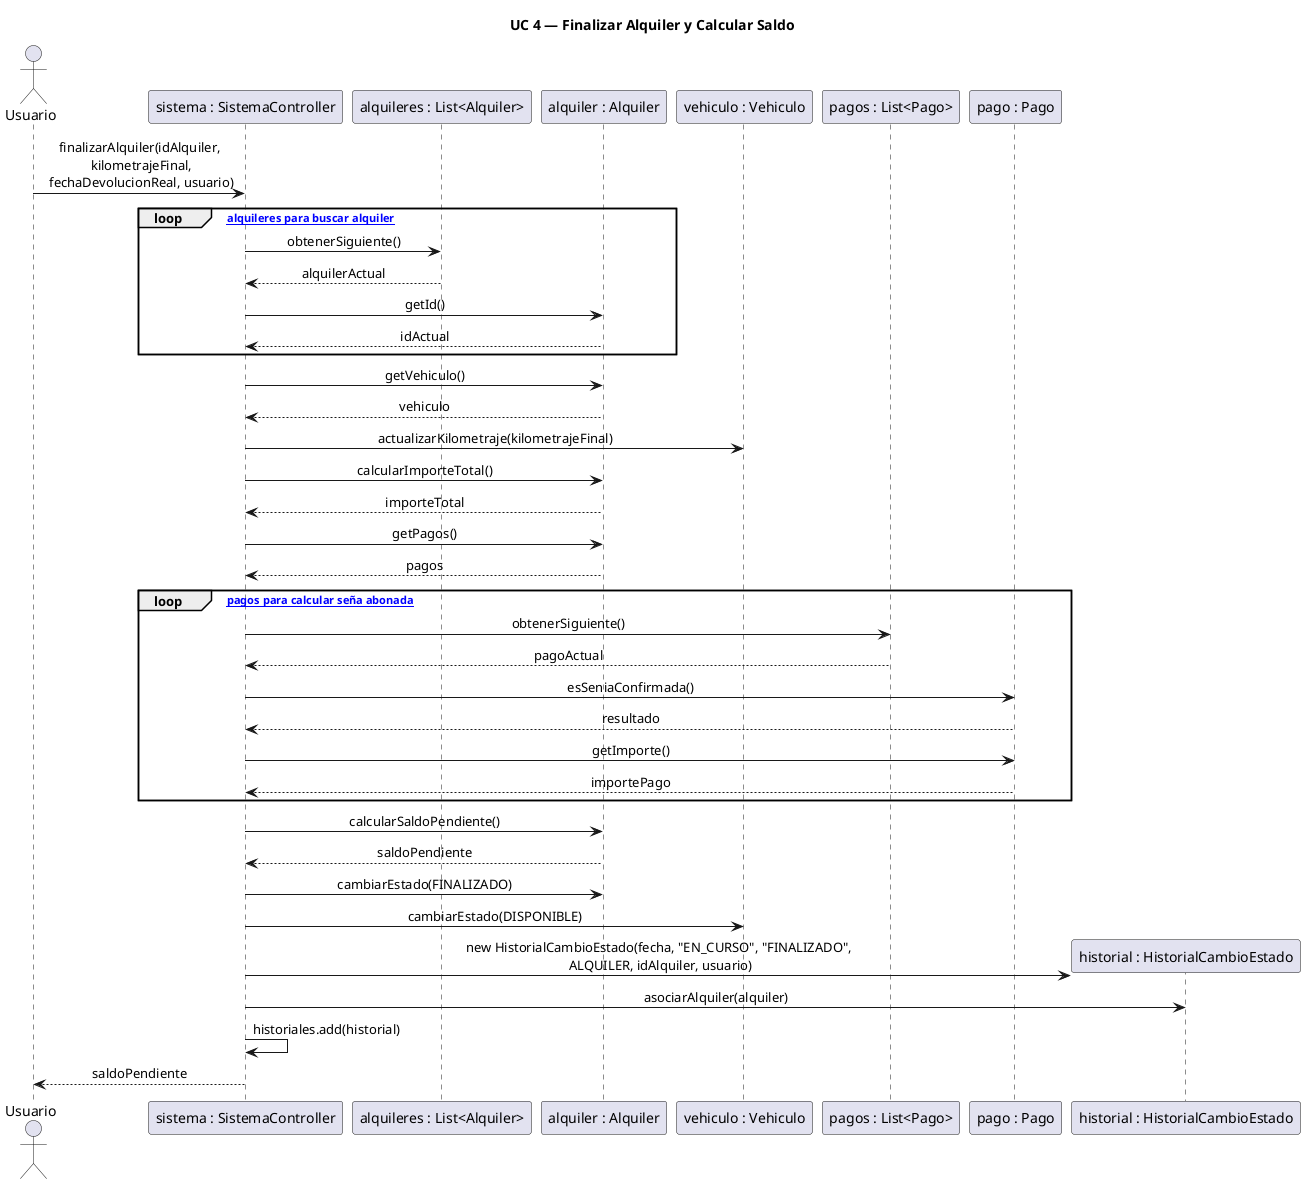
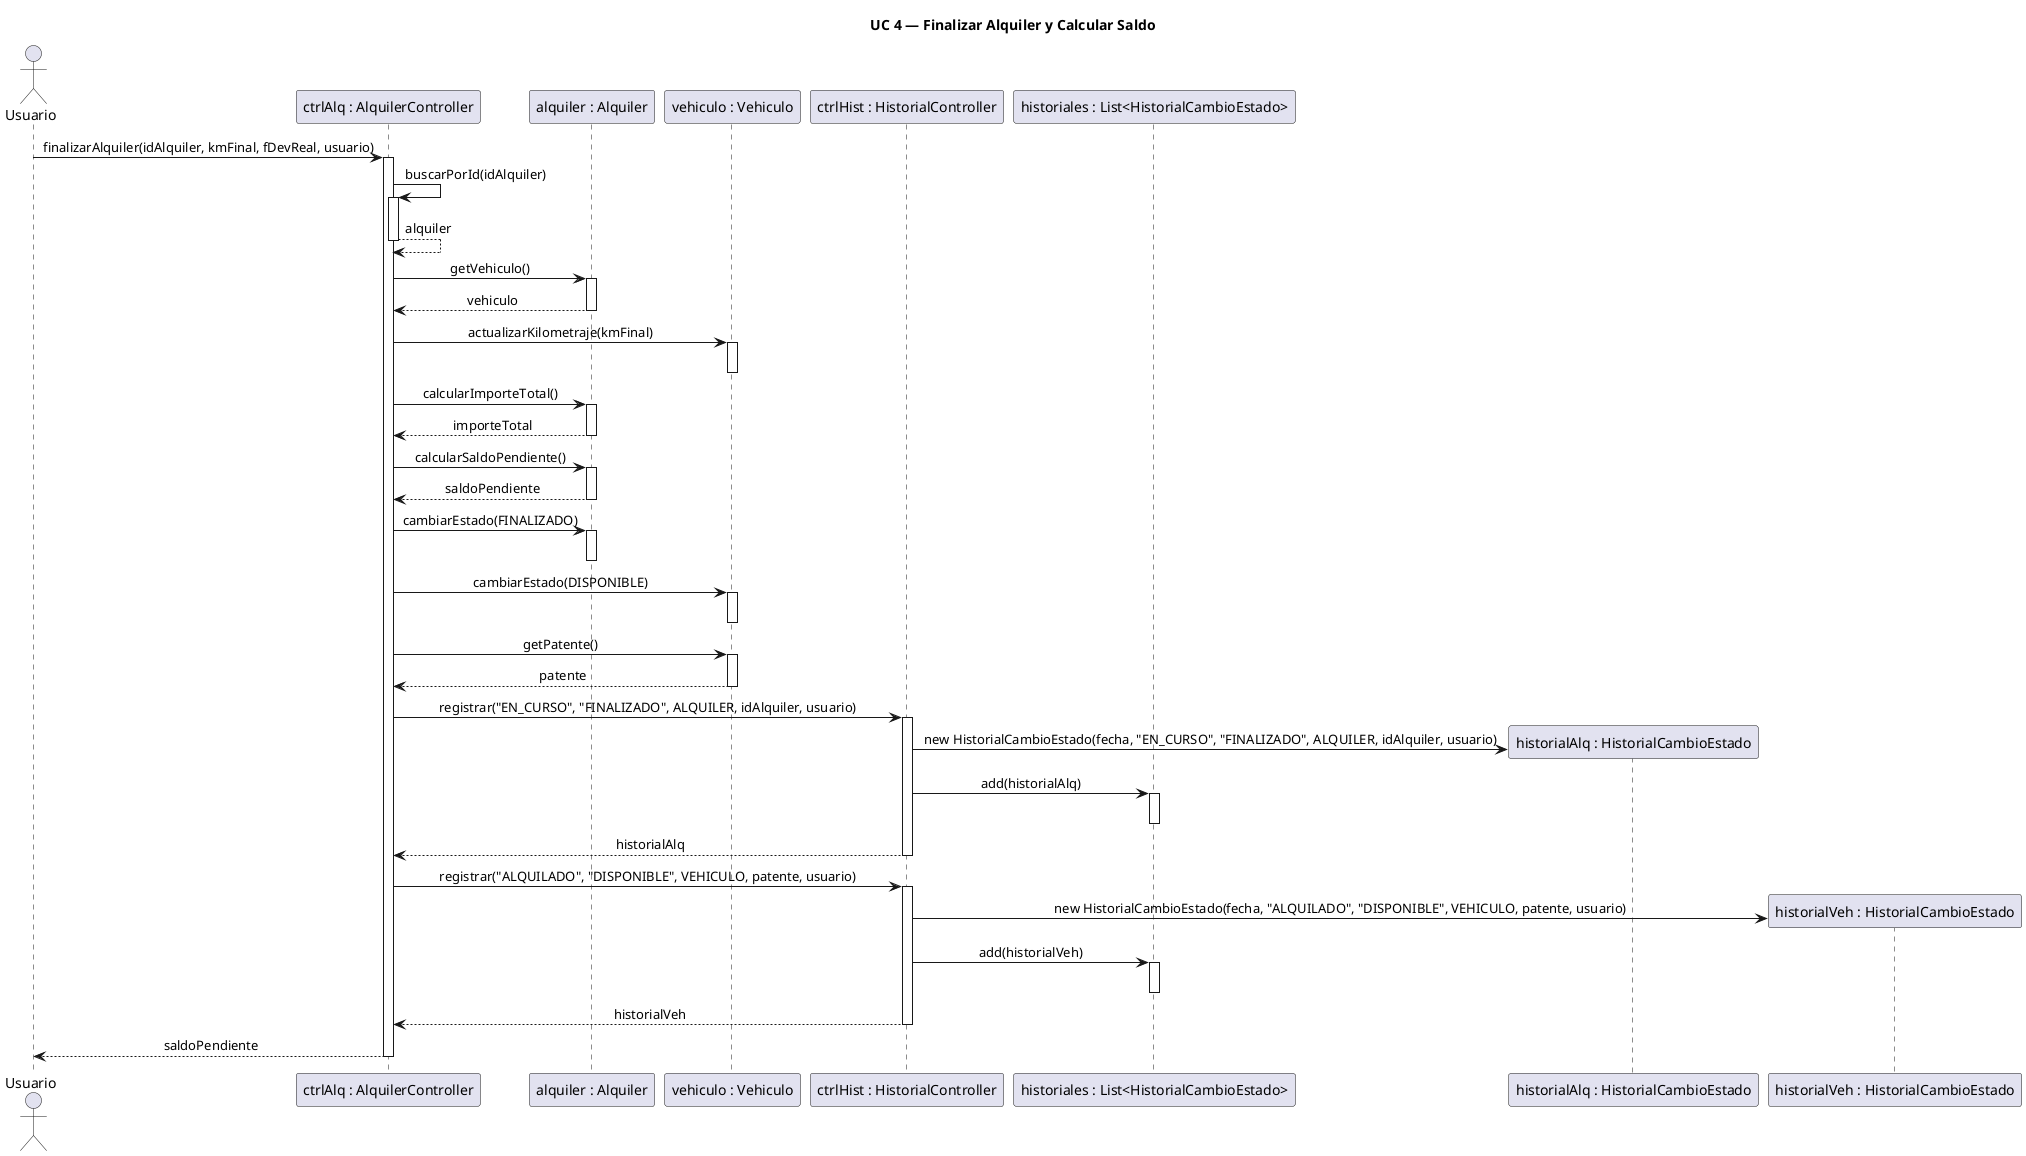
@startuml DS4_FinalizarAlquiler
skinparam sequenceMessageAlign center
skinparam responseMessageBelowArrow true

title UC 4 — Finalizar Alquiler y Calcular Saldo

actor Usuario

- participant "sistema : SistemaController" as SC
- participant "alquileres : List<Alquiler>" as LA
+ participant "ctrlAlq : AlquilerController" as AC
participant "alquiler : Alquiler" as A
participant "vehiculo : Vehiculo" as V
- participant "pagos : List<Pago>" as LP
- participant "pago : Pago" as P
- participant "historial : HistorialCambioEstado" as H
+ participant "ctrlHist : HistorialController" as HC
+ participant "historiales : List<HistorialCambioEstado>" as LH
+ participant "historialAlq : HistorialCambioEstado" as HA
+ participant "historialVeh : HistorialCambioEstado" as HV

- Usuario -> SC : finalizarAlquiler(idAlquiler,\n kilometrajeFinal,\n fechaDevolucionReal, usuario)
+ Usuario -> AC : finalizarAlquiler(idAlquiler, kmFinal, fDevReal, usuario)
+ activate AC

- loop [recorrer alquileres para buscar alquiler]
-     SC -> LA : obtenerSiguiente()
-     LA --> SC : alquilerActual
-     SC -> A  : getId()
-     A --> SC  : idActual
- end
+ AC -> AC : buscarPorId(idAlquiler)
+ activate AC
+ AC --> AC : alquiler
+ deactivate AC

- SC -> A  : getVehiculo()
- A --> SC  : vehiculo
+ AC -> A : getVehiculo()
+ activate A
+ A --> AC : vehiculo
+ deactivate A

- SC -> V  : actualizarKilometraje(kilometrajeFinal)
- SC -> A  : calcularImporteTotal()
- A --> SC  : importeTotal
+ AC -> V : actualizarKilometraje(kmFinal)
+ activate V
+ deactivate V

- SC -> A  : getPagos()
- A --> SC  : pagos
+ AC -> A : calcularImporteTotal()
+ activate A
+ A --> AC : importeTotal
+ deactivate A

- loop [recorrer pagos para calcular seña abonada]
-     SC -> LP : obtenerSiguiente()
-     LP --> SC : pagoActual
-     SC -> P  : esSeniaConfirmada()
-     P --> SC  : resultado
-     SC -> P  : getImporte()
-     P --> SC  : importePago
- end
+ AC -> A : calcularSaldoPendiente()
+ activate A
+ A --> AC : saldoPendiente
+ deactivate A

- SC -> A  : calcularSaldoPendiente()
- A --> SC  : saldoPendiente
+ AC -> A : cambiarEstado(FINALIZADO)
+ activate A
+ deactivate A

- SC -> A  : cambiarEstado(FINALIZADO)
- SC -> V  : cambiarEstado(DISPONIBLE)
+ AC -> V : cambiarEstado(DISPONIBLE)
+ activate V
+ deactivate V

- SC -> H ** : new HistorialCambioEstado(fecha, "EN_CURSO", "FINALIZADO",\n ALQUILER, idAlquiler, usuario)
- SC -> H  : asociarAlquiler(alquiler)
- SC -> SC : historiales.add(historial)
+ AC -> V : getPatente()
+ activate V
+ V --> AC : patente
+ deactivate V

- SC --> Usuario : saldoPendiente
+ AC -> HC : registrar("EN_CURSO", "FINALIZADO", ALQUILER, idAlquiler, usuario)
+ activate HC
+ HC -> HA ** : new HistorialCambioEstado(fecha, "EN_CURSO", "FINALIZADO", ALQUILER, idAlquiler, usuario)
+ HC -> LH : add(historialAlq)
+ activate LH
+ deactivate LH
+ HC --> AC : historialAlq
+ deactivate HC
+ 
+ AC -> HC : registrar("ALQUILADO", "DISPONIBLE", VEHICULO, patente, usuario)
+ activate HC
+ HC -> HV ** : new HistorialCambioEstado(fecha, "ALQUILADO", "DISPONIBLE", VEHICULO, patente, usuario)
+ HC -> LH : add(historialVeh)
+ activate LH
+ deactivate LH
+ HC --> AC : historialVeh
+ deactivate HC
+ 
+ AC --> Usuario : saldoPendiente
+ deactivate AC

@enduml
